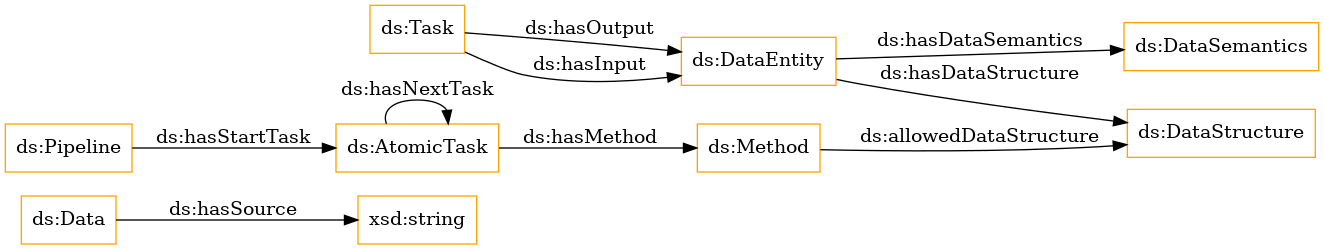
Above: OnToology/ds_exeKGOntology.ttl/diagrams/ar2dtool-class/ds_exeKGOntology.ttl.png in nsai-uio/ExeKGOntology (Graphviz), before the change. Its source is kept beside it as OnToology/ds_exeKGOntology.ttl/diagrams/ar2dtool-class/ds_exeKGOntology.ttl.png.dot.
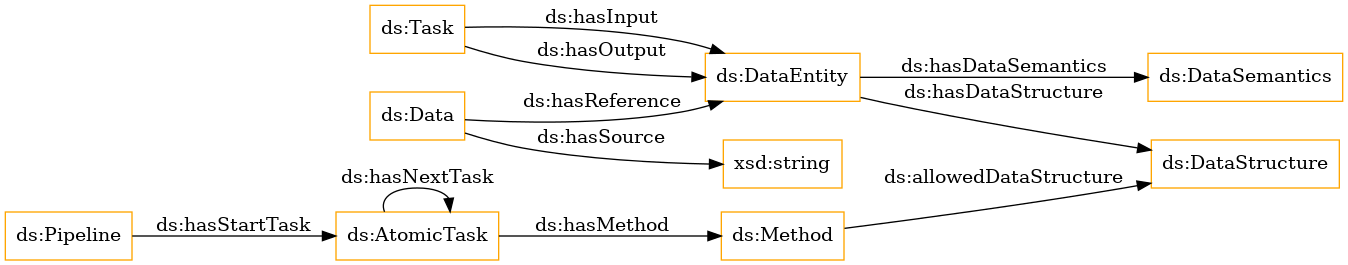
After the commit.

The edit, as a diff of the source:
```diff
@@ -3,6 +3,7 @@
 size="1501"
 node [shape = rectangle, color="orange"]; "ds:Data" "ds:Method" "ds:Pipeline" "ds:Task" "ds:DataSemantics" "ds:DataStructure" "ds:AtomicTask" "ds:DataEntity" ; /*classes style*/
 	"ds:DataEntity" -> "ds:DataSemantics" [ label = "ds:hasDataSemantics" ];
+	"ds:Data" -> "ds:DataEntity" [ label = "ds:hasReference" ];
 	"ds:Task" -> "ds:DataEntity" [ label = "ds:hasOutput" ];
 	"ds:Data" -> "xsd:string" [ label = "ds:hasSource" ];
 	"ds:AtomicTask" -> "ds:Method" [ label = "ds:hasMethod" ];
```
